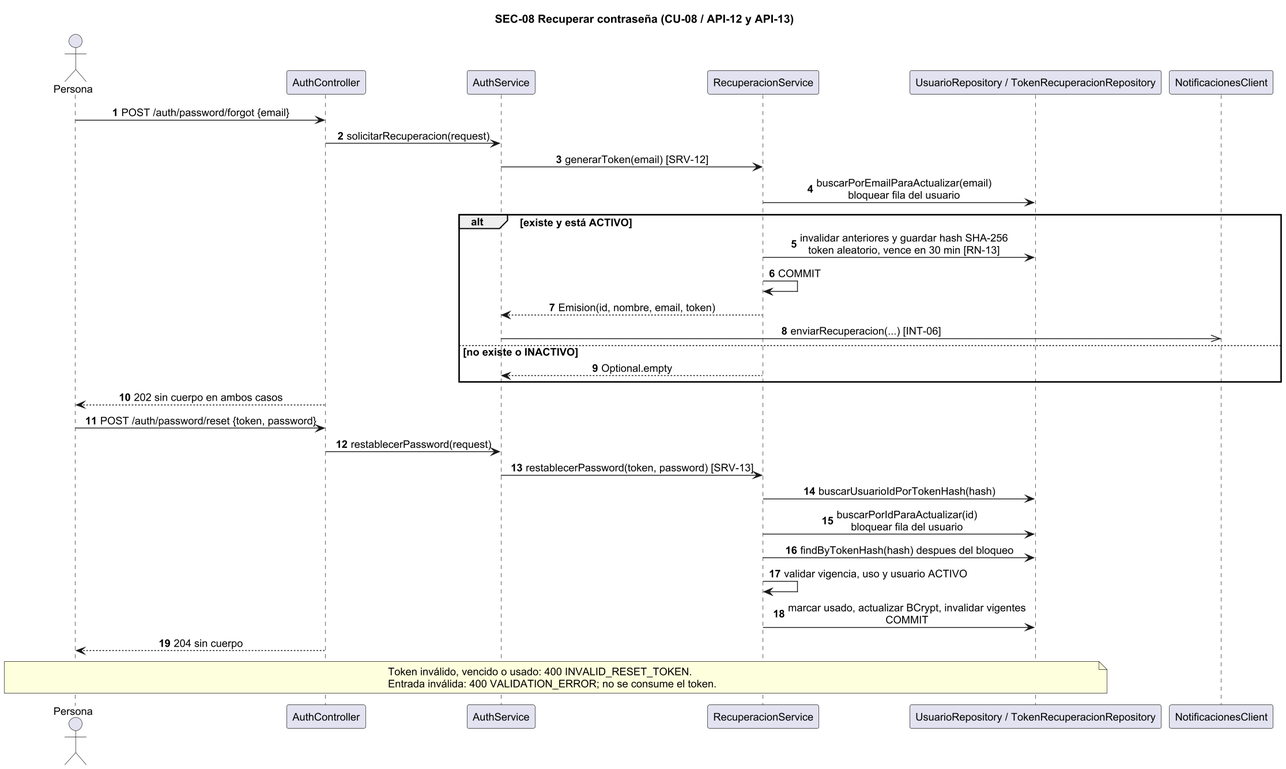
This is doc/Diagramas/SEC-08.png from CarlaGorgal2002/deliverygo-usuarios-auth, a PlantUML export, as it was before one commit. The source it was exported from:
```plantuml
@startuml SEC-08
skinparam dpi 135
skinparam shadowing false
skinparam defaultFontName Arial
skinparam defaultFontSize 13
skinparam sequenceMessageAlign center
title SEC-08 Recuperar contraseña (CU-08 / API-12 y API-13)
autonumber
actor Persona as P
participant AuthController as C
participant AuthService as A
participant RecuperacionService as S
participant "UsuarioRepository / TokenRecuperacionRepository" as R
participant NotificacionesClient as N
P -> C : POST /auth/password/forgot {email}
C -> A : solicitarRecuperacion(request)
A -> S : generarToken(email) [SRV-12]
S -> R : buscarPorEmailParaActualizar(email)\nbloquear fila del usuario
alt existe y está ACTIVO
 S -> R : invalidar anteriores y guardar hash SHA-256\ntoken aleatorio, vence en 30 min [RN-13]
 S -> S : COMMIT
 S --> A : Emision(id, nombre, email, token)
 A ->> N : enviarRecuperacion(...) [INT-06]
else no existe o INACTIVO
 S --> A : Optional.empty
end
C --> P : 202 sin cuerpo en ambos casos
P -> C : POST /auth/password/reset {token, password}
C -> A : restablecerPassword(request)
A -> S : restablecerPassword(token, password) [SRV-13]
S -> R : buscarUsuarioIdPorTokenHash(hash)
S -> R : buscarPorIdParaActualizar(id)\nbloquear fila del usuario
S -> R : findByTokenHash(hash) despues del bloqueo
S -> S : validar vigencia, uso y usuario ACTIVO
S -> R : marcar usado, actualizar BCrypt, invalidar vigentes\nCOMMIT
C --> P : 204 sin cuerpo
note over P,R : Token inválido, vencido o usado: 400 INVALID_RESET_TOKEN.\nEntrada inválida: 400 VALIDATION_ERROR; no se consume el token.
@enduml
```
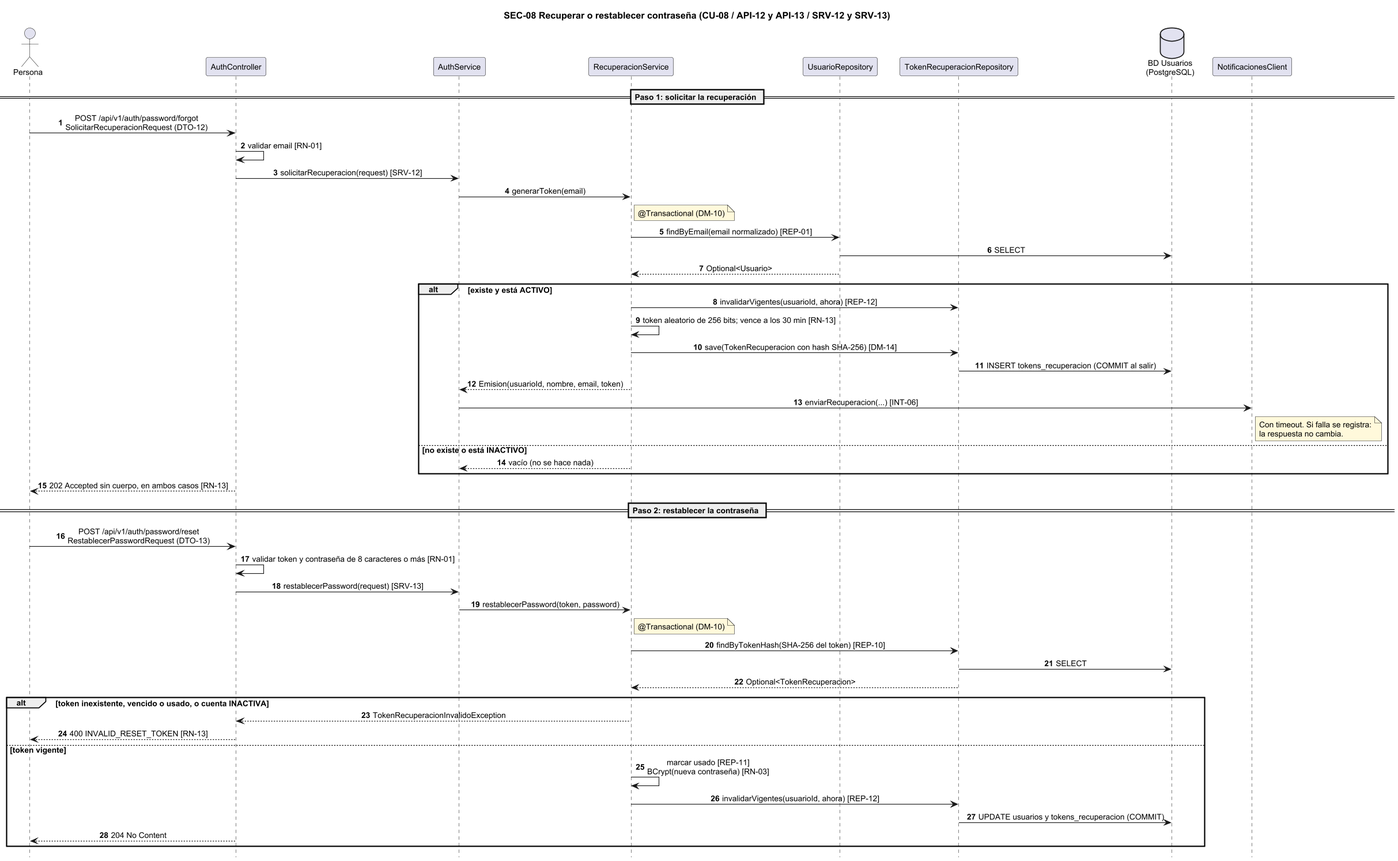
Above is the later version.

Diff of the diagram source:
```diff
@@ -1,38 +1,62 @@
 @startuml SEC-08
-skinparam dpi 135
+skinparam dpi 110
 skinparam shadowing false
 skinparam defaultFontName Arial
-skinparam defaultFontSize 13
+skinparam defaultFontSize 12
 skinparam sequenceMessageAlign center
-title SEC-08 Recuperar contraseña (CU-08 / API-12 y API-13)
+skinparam responseMessageBelowArrow true
+skinparam NoteBackgroundColor #FFF9DB
+skinparam ParticipantPadding 12
+hide footbox
+title SEC-08 Recuperar o restablecer contraseña (CU-08 / API-12 y API-13 / SRV-12 y SRV-13)
 autonumber
-actor Persona as P
+actor Persona as A
 participant AuthController as C
-participant AuthService as A
+participant AuthService as AS
 participant RecuperacionService as S
-participant "UsuarioRepository / TokenRecuperacionRepository" as R
+participant UsuarioRepository as UR
+participant TokenRecuperacionRepository as TR
+database "BD Usuarios\n(PostgreSQL)" as DB
 participant NotificacionesClient as N
-P -> C : POST /auth/password/forgot {email}
-C -> A : solicitarRecuperacion(request)
-A -> S : generarToken(email) [SRV-12]
-S -> R : buscarPorEmailParaActualizar(email)\nbloquear fila del usuario
+
+== Paso 1: solicitar la recuperación ==
+A -> C : POST /api/v1/auth/password/forgot\nSolicitarRecuperacionRequest (DTO-12)
+C -> C : validar email [RN-01]
+C -> AS : solicitarRecuperacion(request) [SRV-12]
+AS -> S : generarToken(email)
+note right of S : @Transactional (DM-10)
+S -> UR : findByEmail(email normalizado) [REP-01]
+UR -> DB : SELECT
+UR --> S : Optional<Usuario>
 alt existe y está ACTIVO
- S -> R : invalidar anteriores y guardar hash SHA-256\ntoken aleatorio, vence en 30 min [RN-13]
- S -> S : COMMIT
- S --> A : Emision(id, nombre, email, token)
- A ->> N : enviarRecuperacion(...) [INT-06]
-else no existe o INACTIVO
- S --> A : Optional.empty
+  S -> TR : invalidarVigentes(usuarioId, ahora) [REP-12]
+  S -> S : token aleatorio de 256 bits; vence a los 30 min [RN-13]
+  S -> TR : save(TokenRecuperacion con hash SHA-256) [DM-14]
+  TR -> DB : INSERT tokens_recuperacion (COMMIT al salir)
+  S --> AS : Emision(usuarioId, nombre, email, token)
+  AS -> N : enviarRecuperacion(...) [INT-06]
+  note right of N : Con timeout. Si falla se registra:\nla respuesta no cambia.
+else no existe o está INACTIVO
+  S --> AS : vacío (no se hace nada)
 end
-C --> P : 202 sin cuerpo en ambos casos
-P -> C : POST /auth/password/reset {token, password}
-C -> A : restablecerPassword(request)
-A -> S : restablecerPassword(token, password) [SRV-13]
-S -> R : buscarUsuarioIdPorTokenHash(hash)
-S -> R : buscarPorIdParaActualizar(id)\nbloquear fila del usuario
-S -> R : findByTokenHash(hash) despues del bloqueo
-S -> S : validar vigencia, uso y usuario ACTIVO
-S -> R : marcar usado, actualizar BCrypt, invalidar vigentes\nCOMMIT
-C --> P : 204 sin cuerpo
-note over P,R : Token inválido, vencido o usado: 400 INVALID_RESET_TOKEN.\nEntrada inválida: 400 VALIDATION_ERROR; no se consume el token.
+C --> A : 202 Accepted sin cuerpo, en ambos casos [RN-13]
+
+== Paso 2: restablecer la contraseña ==
+A -> C : POST /api/v1/auth/password/reset\nRestablecerPasswordRequest (DTO-13)
+C -> C : validar token y contraseña de 8 caracteres o más [RN-01]
+C -> AS : restablecerPassword(request) [SRV-13]
+AS -> S : restablecerPassword(token, password)
+note right of S : @Transactional (DM-10)
+S -> TR : findByTokenHash(SHA-256 del token) [REP-10]
+TR -> DB : SELECT
+TR --> S : Optional<TokenRecuperacion>
+alt token inexistente, vencido o usado, o cuenta INACTIVA
+  S --> C : TokenRecuperacionInvalidoException
+  C --> A : 400 INVALID_RESET_TOKEN [RN-13]
+else token vigente
+  S -> S : marcar usado [REP-11]\nBCrypt(nueva contraseña) [RN-03]
+  S -> TR : invalidarVigentes(usuarioId, ahora) [REP-12]
+  TR -> DB : UPDATE usuarios y tokens_recuperacion (COMMIT)
+  C --> A : 204 No Content
+end
 @enduml
```
